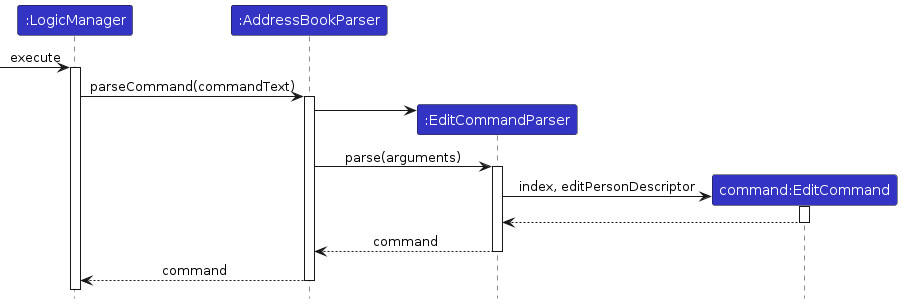
This is diagrams/tracing/LogicSequenceDiagram.png from teojunda/tp, a PlantUML export, as it was before one commit. Its source is kept beside it as diagrams/tracing/LogicSequenceDiagram.puml. Its diagram source:
```plantuml
@startuml
!include ../style.puml
skinparam ArrowFontStyle plain

Participant ":LogicManager" as logic LOGIC_COLOR
Participant ":AddressBookParser" as abp LOGIC_COLOR
Participant ":EditCommandParser" as ecp LOGIC_COLOR
Participant "command:EditCommand" as ec LOGIC_COLOR

[-> logic : execute
activate logic
logic -> abp ++: parseCommand(commandText)
create ecp
abp -> ecp
abp -> ecp ++: parse(arguments)
create ec
ecp -> ec ++: index, editPersonDescriptor
ec --> ecp --
ecp --> abp --: command
abp --> logic --: command

@enduml
```
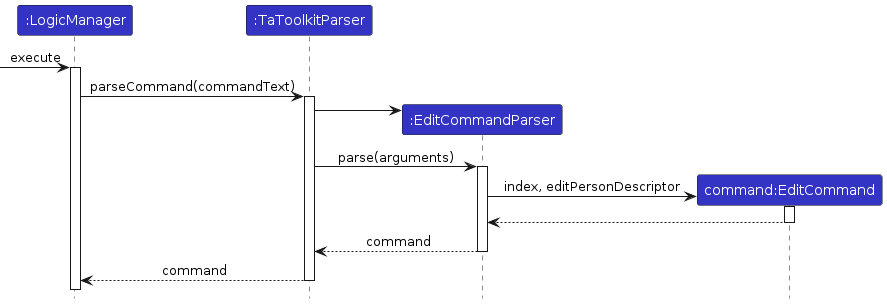
Above is the later version.

What changed in the source:
```diff
@@ -3,7 +3,7 @@
 skinparam ArrowFontStyle plain
 
 Participant ":LogicManager" as logic LOGIC_COLOR
-Participant ":AddressBookParser" as abp LOGIC_COLOR
+Participant ":TaToolkitParser" as abp LOGIC_COLOR
 Participant ":EditCommandParser" as ecp LOGIC_COLOR
 Participant "command:EditCommand" as ec LOGIC_COLOR
 
```
